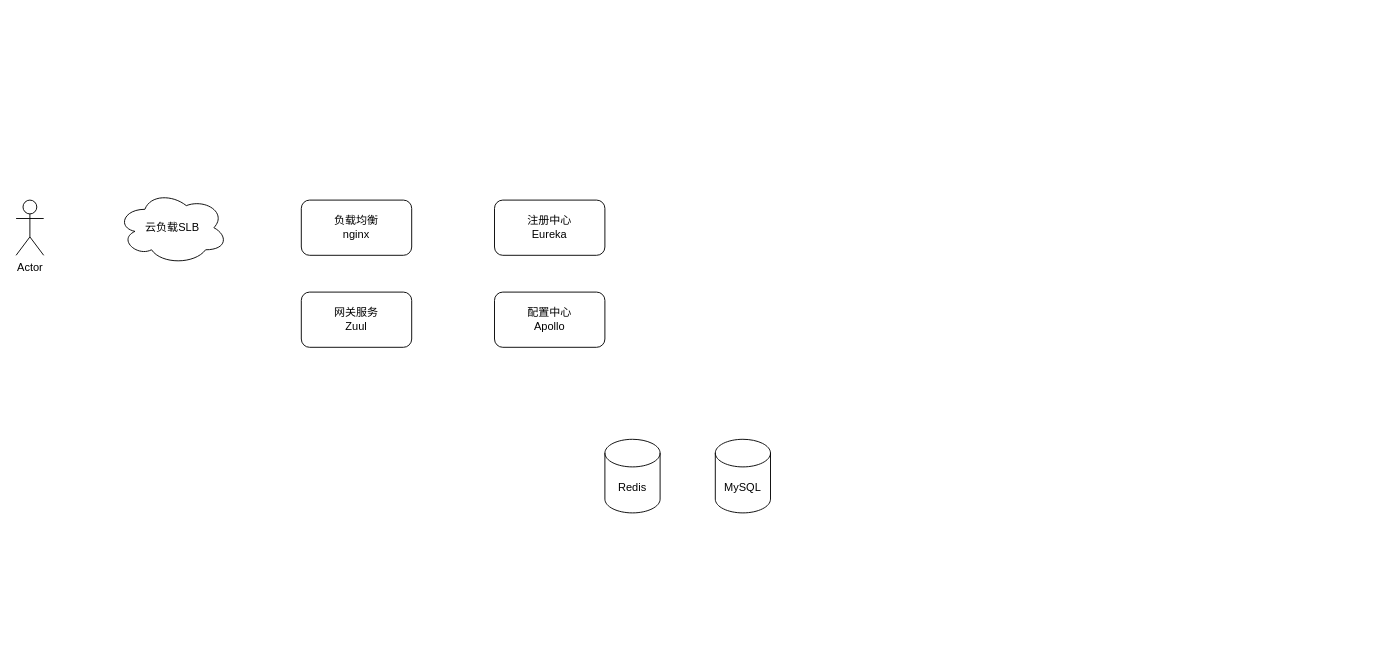
Above: 正泰安能正式环境部署架构.drawio in xujiuhua/draw (draw.io), before the change. Source tidied: cells renumbered, new cells numbered last; positions are measured from the earlier drawing's top-left corner, leaving out a move shared by most shapes. Both pictures are drawn from the tidied source at 92%, with x=0, y=0 at pixel (16, 190).
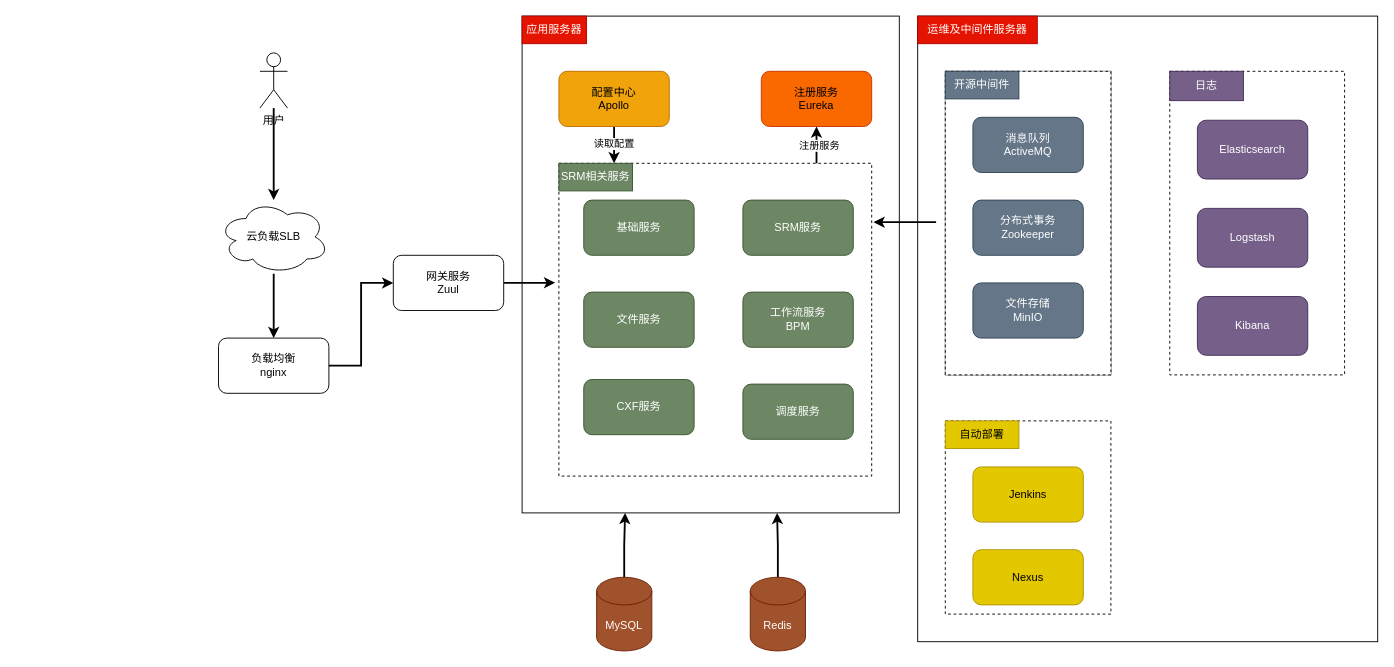
The same diagram, later.

Commit message (it also covers changes not shown here):
Update 正泰安能正式环境部署架构.drawio

What changed in the source:
```diff
@@
+    <mxCell id="10" style="whiteSpace=wrap;html=1;" parent="1" vertex="1">
+      <mxGeometry x="980" y="-190" width="500" height="680" as="geometry" />
+    </mxCell>
+    <mxCell id="11" style="whiteSpace=wrap;html=1;" parent="1" vertex="1">
+      <mxGeometry x="550" y="-190" width="410" height="540" as="geometry" />
+    </mxCell>
+    <mxCell id="12" style="whiteSpace=wrap;html=1;dashed=1;" parent="1" vertex="1">
+      <mxGeometry x="590" y="-30" width="340" height="340" as="geometry" />
+    </mxCell>
+    <mxCell id="13" style="edgeStyle=orthogonalEdgeStyle;rounded=0;jettySize=auto;html=1;strokeWidth=2;" parent="1" edge="1" source="2" target="4">
+      <mxGeometry relative="1" as="geometry" />
+    </mxCell>
-    <mxCell id="2" value="Actor" style="shape=umlActor;verticalLabelPosition=bottom;verticalAlign=top;html=1;outlineConnect=0;" parent="1" vertex="1">
-      <mxGeometry y="10" width="30" height="60" as="geometry" />
+    <mxCell id="2" value="用户" style="shape=umlActor;verticalLabelPosition=bottom;verticalAlign=top;html=1;outlineConnect=0;" parent="1" vertex="1">
+      <mxGeometry x="265" y="-150" width="30" height="60" as="geometry" />
     </mxCell>
     <mxCell id="3" value="负载均衡&lt;br&gt;nginx" style="rounded=1;whiteSpace=wrap;html=1;" parent="1" vertex="1">
-      <mxGeometry x="310" y="10" width="120" height="60" as="geometry" />
+      <mxGeometry x="220" y="160" width="120" height="60" as="geometry" />
     </mxCell>
+    <mxCell id="14" style="edgeStyle=orthogonalEdgeStyle;rounded=0;jettySize=auto;html=1;strokeWidth=2;" parent="1" edge="1" source="4" target="3">
+      <mxGeometry relative="1" as="geometry" />
+    </mxCell>
     <mxCell id="4" value="云负载SLB" style="ellipse;shape=cloud;whiteSpace=wrap;html=1;" parent="1" vertex="1">
-      <mxGeometry x="110" width="120" height="80" as="geometry" />
+      <mxGeometry x="220" y="10" width="120" height="80" as="geometry" />
     </mxCell>
+    <mxCell id="15" style="edgeStyle=orthogonalEdgeStyle;rounded=0;jettySize=auto;html=1;entryX=-0.012;entryY=0.382;entryDx=0;entryDy=0;entryPerimeter=0;strokeWidth=2;" parent="1" edge="1" source="5" target="12">
+      <mxGeometry relative="1" as="geometry" />
+    </mxCell>
     <mxCell id="5" value="网关服务&lt;br&gt;Zuul" style="rounded=1;whiteSpace=wrap;html=1;" parent="1" vertex="1">
-      <mxGeometry x="310" y="110" width="120" height="60" as="geometry" />
+      <mxGeometry x="410" y="70" width="120" height="60" as="geometry" />
     </mxCell>
-    <mxCell id="6" value="注册中心&lt;br&gt;Eureka" style="rounded=1;whiteSpace=wrap;html=1;" parent="1" vertex="1">
-      <mxGeometry x="520" y="10" width="120" height="60" as="geometry" />
+    <mxCell id="6" value="注册服务&lt;br&gt;Eureka" style="rounded=1;whiteSpace=wrap;html=1;fillColor=#fa6800;fontColor=#000000;strokeColor=#C73500;" parent="1" vertex="1">
+      <mxGeometry x="810" y="-130" width="120" height="60" as="geometry" />
     </mxCell>
+    <mxCell id="16" style="edgeStyle=orthogonalEdgeStyle;rounded=0;jettySize=auto;html=1;entryX=0.75;entryY=0;entryDx=0;entryDy=0;strokeWidth=2;" parent="1" edge="1" source="7" target="26">
+      <mxGeometry relative="1" as="geometry" />
+    </mxCell>
+    <mxCell id="17" value="读取配置" style="edgeLabel;html=1;align=center;verticalAlign=middle;" parent="16" vertex="1">
+      <mxGeometry x="-0.1" y="-1" relative="1" as="geometry" />
+    </mxCell>
-    <mxCell id="7" value="配置中心&lt;br&gt;Apollo" style="rounded=1;whiteSpace=wrap;html=1;" parent="1" vertex="1">
-      <mxGeometry x="520" y="110" width="120" height="60" as="geometry" />
+    <mxCell id="7" value="配置中心&lt;br&gt;Apollo" style="rounded=1;whiteSpace=wrap;html=1;fillColor=#f0a30a;fontColor=#000000;strokeColor=#BD7000;" parent="1" vertex="1">
+      <mxGeometry x="590" y="-130" width="120" height="60" as="geometry" />
     </mxCell>
+    <mxCell id="18" style="edgeStyle=orthogonalEdgeStyle;rounded=0;jettySize=auto;html=1;strokeWidth=2;entryX=0.676;entryY=1;entryDx=0;entryDy=0;entryPerimeter=0;" parent="1" edge="1" source="8" target="11">
+      <mxGeometry relative="1" as="geometry" />
+    </mxCell>
-    <mxCell id="8" value="Redis" style="shape=cylinder3;whiteSpace=wrap;html=1;boundedLbl=1;backgroundOutline=1;size=15;" parent="1" vertex="1">
-      <mxGeometry x="640" y="270" width="60" height="80" as="geometry" />
+    <mxCell id="8" value="Redis" style="shape=cylinder3;whiteSpace=wrap;html=1;boundedLbl=1;backgroundOutline=1;size=15;fillColor=#a0522d;fontColor=#ffffff;strokeColor=#6D1F00;" parent="1" vertex="1">
+      <mxGeometry x="798" y="420" width="60" height="80" as="geometry" />
     </mxCell>
+    <mxCell id="19" style="edgeStyle=orthogonalEdgeStyle;rounded=0;jettySize=auto;html=1;strokeWidth=2;entryX=0.273;entryY=1;entryDx=0;entryDy=0;entryPerimeter=0;" parent="1" edge="1" source="9" target="11">
+      <mxGeometry relative="1" as="geometry" />
+    </mxCell>
-    <mxCell id="9" value="MySQL" style="shape=cylinder3;whiteSpace=wrap;html=1;boundedLbl=1;backgroundOutline=1;size=15;" parent="1" vertex="1">
-      <mxGeometry x="760" y="270" width="60" height="80" as="geometry" />
+    <mxCell id="9" value="MySQL" style="shape=cylinder3;whiteSpace=wrap;html=1;boundedLbl=1;backgroundOutline=1;size=15;fillColor=#a0522d;fontColor=#ffffff;strokeColor=#6D1F00;" parent="1" vertex="1">
+      <mxGeometry x="631" y="420" width="60" height="80" as="geometry" />
     </mxCell>
+    <mxCell id="20" value="基础服务" style="rounded=1;whiteSpace=wrap;html=1;fillColor=#6d8764;fontColor=#ffffff;strokeColor=#3A5431;" parent="1" vertex="1">
+      <mxGeometry x="617" y="10" width="120" height="60" as="geometry" />
+    </mxCell>
+    <mxCell id="21" value="文件服务" style="rounded=1;whiteSpace=wrap;html=1;fillColor=#6d8764;fontColor=#ffffff;strokeColor=#3A5431;" parent="1" vertex="1">
+      <mxGeometry x="617" y="110" width="120" height="60" as="geometry" />
+    </mxCell>
+    <mxCell id="22" value="CXF服务" style="rounded=1;whiteSpace=wrap;html=1;fillColor=#6d8764;fontColor=#ffffff;strokeColor=#3A5431;" parent="1" vertex="1">
+      <mxGeometry x="617" y="205" width="120" height="60" as="geometry" />
+    </mxCell>
+    <mxCell id="23" value="SRM服务" style="rounded=1;whiteSpace=wrap;html=1;fillColor=#6d8764;fontColor=#ffffff;strokeColor=#3A5431;" parent="1" vertex="1">
+      <mxGeometry x="790" y="10" width="120" height="60" as="geometry" />
+    </mxCell>
+    <mxCell id="24" value="工作流服务&lt;br&gt;BPM" style="rounded=1;whiteSpace=wrap;html=1;fillColor=#6d8764;fontColor=#ffffff;strokeColor=#3A5431;" parent="1" vertex="1">
+      <mxGeometry x="790" y="110" width="120" height="60" as="geometry" />
+    </mxCell>
+    <mxCell id="25" value="调度服务" style="rounded=1;whiteSpace=wrap;html=1;fillColor=#6d8764;fontColor=#ffffff;strokeColor=#3A5431;" parent="1" vertex="1">
+      <mxGeometry x="790" y="210" width="120" height="60" as="geometry" />
+    </mxCell>
+    <mxCell id="26" value="SRM相关服务" style="text;html=1;strokeColor=#3A5431;fillColor=#6d8764;align=center;verticalAlign=middle;whiteSpace=wrap;rounded=0;fontColor=#ffffff;" parent="1" vertex="1">
+      <mxGeometry x="590" y="-30" width="80" height="30" as="geometry" />
+    </mxCell>
+    <mxCell id="27" style="group;" parent="1" vertex="1">
+      <mxGeometry x="1010" y="250" width="180" height="210" as="geometry" />
+    </mxCell>
+    <mxCell id="28" style="whiteSpace=wrap;html=1;dashed=1;" parent="27" vertex="1">
+      <mxGeometry width="180" height="210" as="geometry" />
+    </mxCell>
+    <mxCell id="29" value="Nexus" style="rounded=1;whiteSpace=wrap;html=1;fillColor=#e3c800;fontColor=#000000;strokeColor=#B09500;" parent="27" vertex="1">
+      <mxGeometry x="30" y="140" width="120" height="60" as="geometry" />
+    </mxCell>
+    <mxCell id="30" value="Jenkins" style="rounded=1;whiteSpace=wrap;html=1;fillColor=#e3c800;fontColor=#000000;strokeColor=#B09500;" parent="27" vertex="1">
+      <mxGeometry x="30" y="50" width="120" height="60" as="geometry" />
+    </mxCell>
+    <mxCell id="31" value="自动部署" style="text;html=1;strokeColor=#B09500;fillColor=#e3c800;align=center;verticalAlign=middle;whiteSpace=wrap;rounded=0;fontColor=#000000;" parent="27" vertex="1">
+      <mxGeometry width="80" height="30" as="geometry" />
+    </mxCell>
+    <mxCell id="32" style="group;fillColor=#647687;fontColor=#ffffff;strokeColor=#314354;" parent="1" vertex="1">
+      <mxGeometry x="1010" y="-130" width="180" height="330" as="geometry" />
+    </mxCell>
+    <mxCell id="33" style="whiteSpace=wrap;html=1;dashed=1;" parent="32" vertex="1">
+      <mxGeometry width="180" height="330" as="geometry" />
+    </mxCell>
+    <mxCell id="34" value="消息队列&lt;br&gt;ActiveMQ" style="rounded=1;whiteSpace=wrap;html=1;fillColor=#647687;fontColor=#ffffff;strokeColor=#314354;" parent="32" vertex="1">
+      <mxGeometry x="30" y="50" width="120" height="60" as="geometry" />
+    </mxCell>
+    <mxCell id="35" value="分布式事务&lt;br&gt;Zookeeper" style="rounded=1;whiteSpace=wrap;html=1;fillColor=#647687;fontColor=#ffffff;strokeColor=#314354;" parent="32" vertex="1">
+      <mxGeometry x="30" y="140" width="120" height="60" as="geometry" />
+    </mxCell>
+    <mxCell id="36" value="文件存储&lt;br&gt;MinIO" style="rounded=1;whiteSpace=wrap;html=1;fillColor=#647687;fontColor=#ffffff;strokeColor=#314354;" parent="32" vertex="1">
+      <mxGeometry x="30" y="230" width="120" height="60" as="geometry" />
+    </mxCell>
+    <mxCell id="37" value="开源中间件" style="text;html=1;strokeColor=#314354;fillColor=#647687;align=center;verticalAlign=middle;whiteSpace=wrap;rounded=0;fontColor=#ffffff;" parent="32" vertex="1">
+      <mxGeometry width="80" height="30" as="geometry" />
+    </mxCell>
+    <mxCell id="38" style="group;" parent="1" vertex="1">
+      <mxGeometry x="1254" y="-130" width="190" height="330" as="geometry" />
+    </mxCell>
+    <mxCell id="39" style="whiteSpace=wrap;html=1;dashed=1;" parent="38" vertex="1">
+      <mxGeometry width="190" height="330" as="geometry" />
+    </mxCell>
+    <mxCell id="40" value="Elasticsearch" style="rounded=1;whiteSpace=wrap;html=1;fillColor=#76608a;fontColor=#ffffff;strokeColor=#432D57;" parent="38" vertex="1">
+      <mxGeometry x="30" y="53.2" width="120" height="63.9" as="geometry" />
+    </mxCell>
+    <mxCell id="41" value="Logstash" style="rounded=1;whiteSpace=wrap;html=1;fillColor=#76608a;fontColor=#ffffff;strokeColor=#432D57;" parent="38" vertex="1">
+      <mxGeometry x="30" y="149" width="120" height="63.9" as="geometry" />
+    </mxCell>
+    <mxCell id="42" value="Kibana" style="rounded=1;whiteSpace=wrap;html=1;fillColor=#76608a;fontColor=#ffffff;strokeColor=#432D57;" parent="38" vertex="1">
+      <mxGeometry x="30" y="244.8" width="120" height="63.9" as="geometry" />
+    </mxCell>
+    <mxCell id="43" style="edgeStyle=orthogonalEdgeStyle;rounded=0;orthogonalLoop=1;jettySize=auto;html=1;exitX=0.5;exitY=1;exitDx=0;exitDy=0;" parent="38" edge="1" source="42" target="42">
+      <mxGeometry relative="1" as="geometry" />
+    </mxCell>
+    <mxCell id="44" value="日志" style="text;html=1;strokeColor=#432D57;fillColor=#76608a;align=center;verticalAlign=middle;whiteSpace=wrap;rounded=0;fontColor=#ffffff;" parent="38" vertex="1">
+      <mxGeometry width="80" height="31.9" as="geometry" />
+    </mxCell>
+    <mxCell id="45" style="endArrow=classic;html=1;rounded=0;exitX=1;exitY=0.5;exitDx=0;exitDy=0;entryX=0;entryY=0.5;entryDx=0;entryDy=0;edgeStyle=orthogonalEdgeStyle;strokeWidth=2;" parent="1" edge="1" source="3" target="5">
+      <mxGeometry relative="1" as="geometry" />
+    </mxCell>
+    <mxCell id="46" style="endArrow=classic;html=1;rounded=0;entryX=0.5;entryY=1;entryDx=0;entryDy=0;strokeWidth=2;" parent="1" edge="1" target="6">
+      <mxGeometry relative="1" as="geometry">
+        <mxPoint x="870" y="-30" as="sourcePoint" />
+      </mxGeometry>
+    </mxCell>
+    <mxCell id="47" value="注册服务" style="edgeLabel;html=1;align=center;verticalAlign=middle;" parent="46" vertex="1">
+      <mxGeometry y="-2" relative="1" as="geometry" />
+    </mxCell>
+    <mxCell id="48" style="edgeStyle=orthogonalEdgeStyle;rounded=0;orthogonalLoop=1;jettySize=auto;html=1;strokeWidth=2;" parent="1" edge="1">
+      <mxGeometry relative="1" as="geometry">
+        <mxPoint x="1000" y="34" as="sourcePoint" />
+        <mxPoint x="932" y="34" as="targetPoint" />
+      </mxGeometry>
+    </mxCell>
+    <mxCell id="49" value="应用服务器" style="text;html=1;strokeColor=#B20000;fillColor=#e51400;align=center;verticalAlign=middle;whiteSpace=wrap;rounded=0;fontColor=#ffffff;" parent="1" vertex="1">
+      <mxGeometry x="550" y="-190" width="70" height="30" as="geometry" />
+    </mxCell>
+    <mxCell id="50" value="运维及中间件服务器" style="text;html=1;strokeColor=#B20000;fillColor=#e51400;align=center;verticalAlign=middle;whiteSpace=wrap;rounded=0;fontColor=#ffffff;" parent="1" vertex="1">
+      <mxGeometry x="980" y="-190" width="130" height="30" as="geometry" />
+    </mxCell>
```
